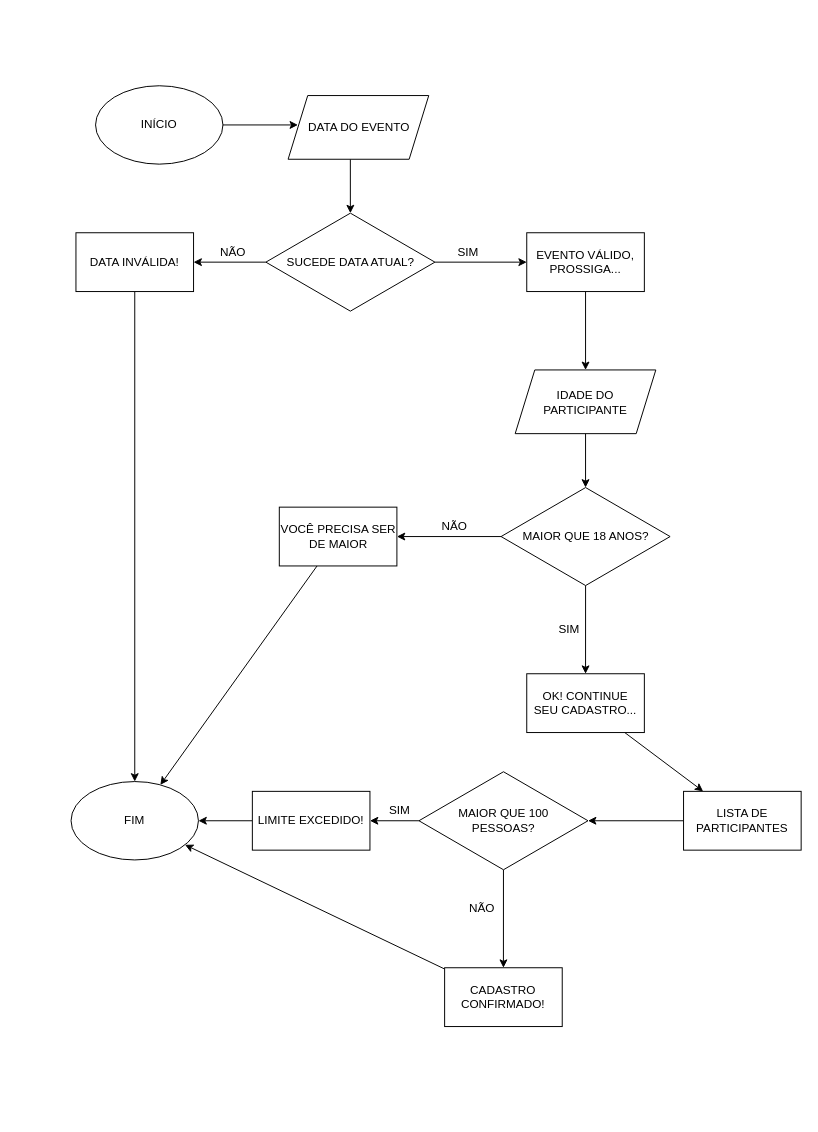
Earlier version of the draw.io diagram Diagram.drawio (Flaeury/Diagram.drawio-UC-8). Source tidied: cells renumbered, new cells numbered last; positions are measured from the earlier drawing's top-left corner, leaving out a move shared by most shapes. Both pictures are drawn from the tidied source at 98%, with x=0, y=0 at pixel (71, 85).
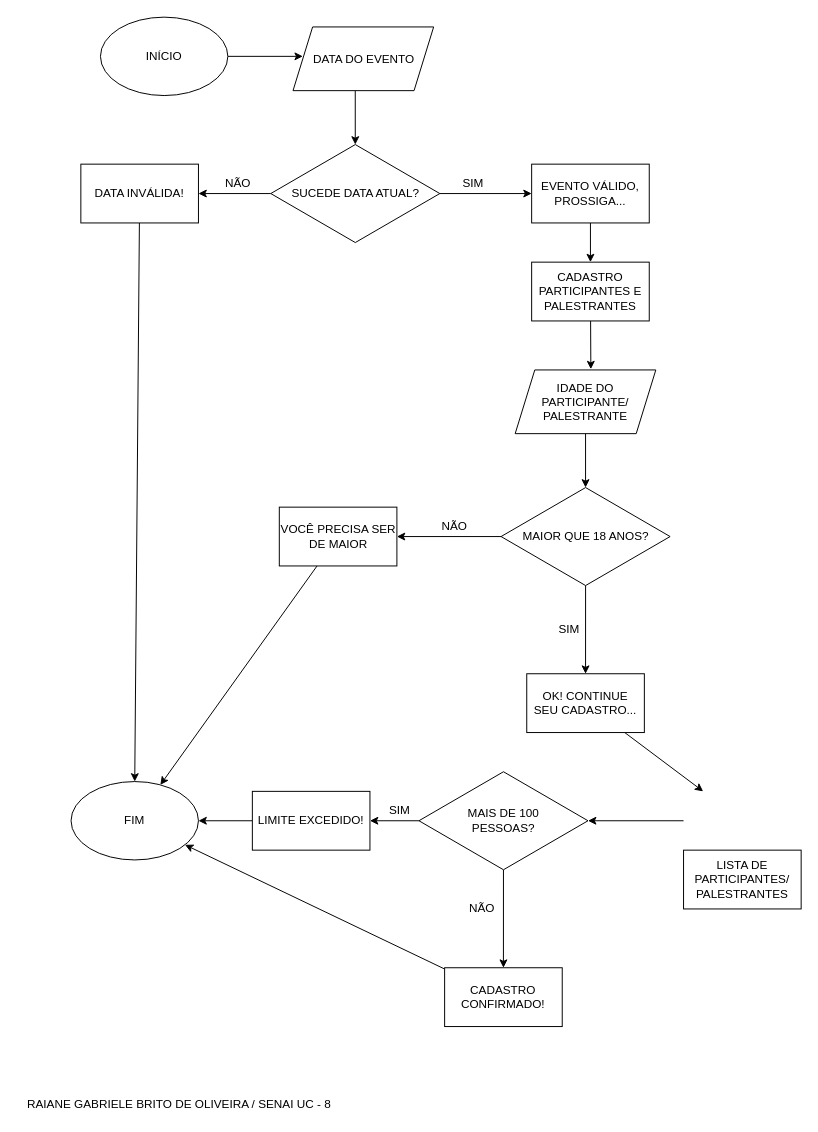
The same diagram, later.

Unchanged cells that the change refers to:
```xml
<mxCell id="25" value="OK! CONTINUE &lt;br&gt;SEU CADASTRO..." style="whiteSpace=wrap;html=1;" parent="1" vertex="1">
  <mxGeometry x="465" y="600" width="120" height="60" as="geometry" />
</mxCell>
```

Diff of the diagram source:
```diff
@@
     <mxCell id="2" style="edgeStyle=none;rounded=0;jettySize=auto;html=1;entryX=0;entryY=0.5;entryDx=0;entryDy=0;" parent="1" edge="1" source="3">
       <mxGeometry relative="1" as="geometry">
-        <mxPoint x="231.5" y="40" as="targetPoint" />
+        <mxPoint x="236.5" y="-30" as="targetPoint" />
       </mxGeometry>
     </mxCell>
     <mxCell id="3" value="INÍCIO" style="ellipse;whiteSpace=wrap;html=1;" parent="1" vertex="1">
-      <mxGeometry x="25" width="130" height="80" as="geometry" />
+      <mxGeometry x="30" y="-70" width="130" height="80" as="geometry" />
     </mxCell>
     <mxCell id="4" style="edgeStyle=none;rounded=0;jettySize=auto;html=1;" parent="1" edge="1" target="7">
       <mxGeometry relative="1" as="geometry">
-        <mxPoint x="285" y="75" as="sourcePoint" />
+        <mxPoint x="290" y="5" as="sourcePoint" />
       </mxGeometry>
     </mxCell>
@@
     <mxCell id="7" value="SUCEDE DATA ATUAL?" style="rhombus;whiteSpace=wrap;html=1;" parent="1" vertex="1">
-      <mxGeometry x="198.8" y="130" width="172.5" height="100" as="geometry" />
+      <mxGeometry x="203.8" y="60" width="172.5" height="100" as="geometry" />
     </mxCell>
@@
     <mxCell id="9" value="DATA INVÁLIDA!" style="whiteSpace=wrap;html=1;" parent="1" vertex="1">
-      <mxGeometry x="5" y="150" width="120" height="60" as="geometry" />
+      <mxGeometry x="10" y="80" width="120" height="60" as="geometry" />
     </mxCell>
-    <mxCell id="10" style="edgeStyle=none;rounded=0;jettySize=auto;html=1;" parent="1" edge="1" source="11">
-      <mxGeometry relative="1" as="geometry">
-        <mxPoint x="525" y="290" as="targetPoint" />
-      </mxGeometry>
-    </mxCell>
+    <mxCell id="38" style="edgeStyle=none;rounded=0;jettySize=auto;html=1;" parent="1" edge="1" source="11" target="41">
+      <mxGeometry relative="1" as="geometry" />
+    </mxCell>
     <mxCell id="11" value="EVENTO VÁLIDO, PROSSIGA..." style="whiteSpace=wrap;html=1;" parent="1" vertex="1">
-      <mxGeometry x="465" y="150" width="120" height="60" as="geometry" />
+      <mxGeometry x="470" y="80" width="120" height="60" as="geometry" />
     </mxCell>
     <mxCell id="12" value="NÃO" style="text;html=1;align=center;verticalAlign=middle;strokeColor=none;fillColor=none;" parent="1" vertex="1">
-      <mxGeometry x="145" y="160" width="40" height="20" as="geometry" />
+      <mxGeometry x="150" y="90" width="40" height="20" as="geometry" />
     </mxCell>
     <mxCell id="13" value="SIM" style="text;html=1;align=center;verticalAlign=middle;strokeColor=none;fillColor=none;" parent="1" vertex="1">
-      <mxGeometry x="385" y="160" width="40" height="20" as="geometry" />
+      <mxGeometry x="390" y="90" width="40" height="20" as="geometry" />
     </mxCell>
@@
     <mxCell id="19" value="DATA DO EVENTO" style="shape=parallelogram;perimeter=parallelogramPerimeter;whiteSpace=wrap;html=1;fixedSize=1;" parent="1" vertex="1">
-      <mxGeometry x="221.5" y="10" width="143.5" height="65" as="geometry" />
+      <mxGeometry x="226.5" y="-60" width="143.5" height="65" as="geometry" />
     </mxCell>
-    <mxCell id="20" value="IDADE DO PARTICIPANTE" style="shape=parallelogram;perimeter=parallelogramPerimeter;whiteSpace=wrap;html=1;fixedSize=1;" parent="1" vertex="1">
+    <mxCell id="20" value="IDADE DO PARTICIPANTE/ PALESTRANTE" style="shape=parallelogram;perimeter=parallelogramPerimeter;whiteSpace=wrap;html=1;fixedSize=1;" parent="1" vertex="1">
       <mxGeometry x="453.2" y="290" width="143.5" height="65" as="geometry" />
     </mxCell>
@@
-    <mxCell id="24" style="edgeStyle=none;rounded=0;jettySize=auto;html=1;" parent="1" edge="1" source="25" target="27">
-      <mxGeometry relative="1" as="geometry" />
+    <mxCell id="24" style="edgeStyle=none;rounded=0;jettySize=auto;html=1;" parent="1" edge="1" source="25">
+      <mxGeometry relative="1" as="geometry">
+        <mxPoint x="645" y="720" as="targetPoint" />
+      </mxGeometry>
     </mxCell>
@@
-    <mxCell id="26" style="edgeStyle=none;rounded=0;jettySize=auto;html=1;entryX=1;entryY=0.5;entryDx=0;entryDy=0;" parent="1" edge="1" source="27" target="30">
-      <mxGeometry relative="1" as="geometry" />
+    <mxCell id="26" style="edgeStyle=none;rounded=0;jettySize=auto;html=1;entryX=1;entryY=0.5;entryDx=0;entryDy=0;" parent="1" edge="1" target="30">
+      <mxGeometry relative="1" as="geometry">
+        <mxPoint x="625" y="750" as="sourcePoint" />
+      </mxGeometry>
     </mxCell>
-    <mxCell id="27" value="LISTA DE PARTICIPANTES" style="whiteSpace=wrap;html=1;" parent="1" vertex="1">
-      <mxGeometry x="625" y="720" width="120" height="60" as="geometry" />
+    <mxCell id="27" value="LISTA DE PARTICIPANTES/&lt;br&gt;PALESTRANTES" style="whiteSpace=wrap;html=1;" parent="1" vertex="1">
+      <mxGeometry x="625" y="780" width="120" height="60" as="geometry" />
     </mxCell>
@@
-    <mxCell id="30" value="MAIOR QUE 100 &lt;br&gt;PESSOAS?" style="rhombus;whiteSpace=wrap;html=1;" parent="1" vertex="1">
+    <mxCell id="30" value="MAIS DE 100 &lt;br&gt;PESSOAS?" style="rhombus;whiteSpace=wrap;html=1;" parent="1" vertex="1">
       <mxGeometry x="355" y="700" width="172.5" height="100" as="geometry" />
     </mxCell>
@@
+    <mxCell id="39" value="RAIANE GABRIELE BRITO DE OLIVEIRA / SENAI UC - 8" style="text;html=1;align=center;verticalAlign=middle;strokeColor=none;fillColor=none;" parent="1" vertex="1">
+      <mxGeometry x="-55" y="1030" width="330" height="20" as="geometry" />
+    </mxCell>
+    <mxCell id="40" style="edgeStyle=none;rounded=0;jettySize=auto;html=1;entryX=0.538;entryY=-0.012;entryDx=0;entryDy=0;entryPerimeter=0;" parent="1" edge="1" source="41" target="20">
+      <mxGeometry relative="1" as="geometry" />
+    </mxCell>
+    <mxCell id="41" value="CADASTRO PARTICIPANTES E PALESTRANTES" style="whiteSpace=wrap;html=1;" parent="1" vertex="1">
+      <mxGeometry x="470" y="180" width="120" height="60" as="geometry" />
+    </mxCell>
```
